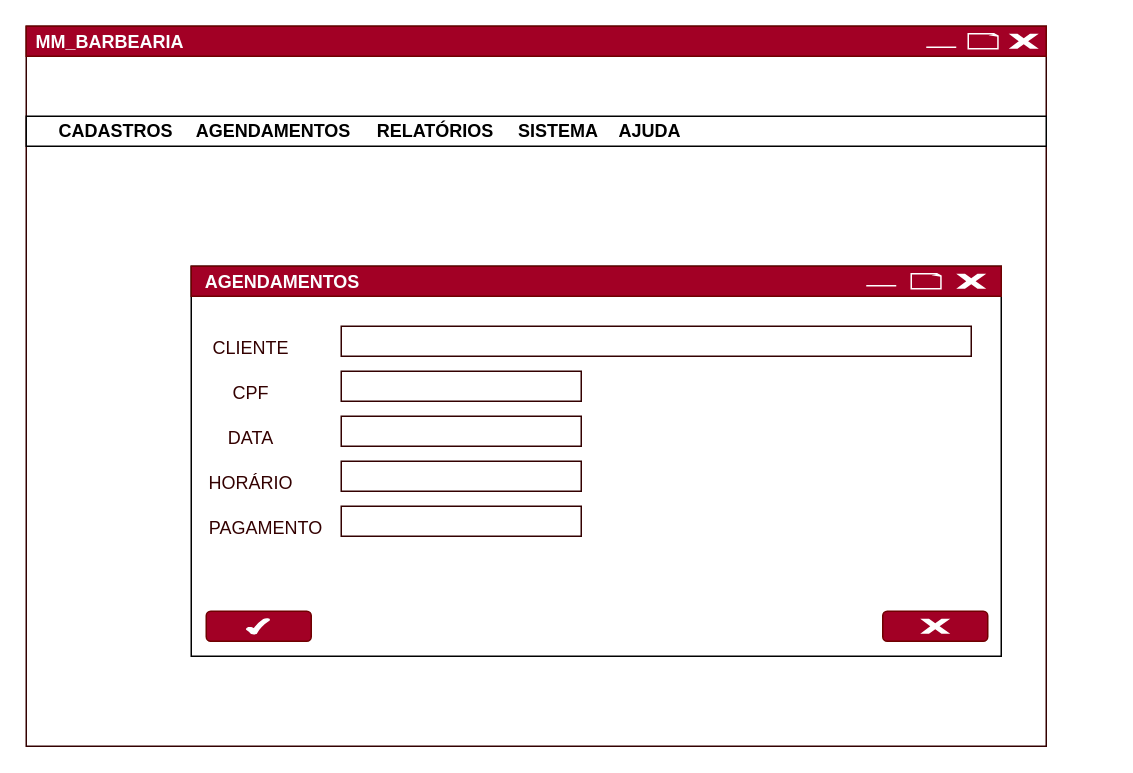
Earlier version of the draw.io diagram Projeto de Interface - Exercício AULA 5 - Engenharia de resquisitos.drawio (maiconlmotadev/Universidade_https-app.diagrams.net). Source tidied: cells renumbered, new cells numbered last; positions are measured from the earlier drawing's top-left corner, leaving out a move shared by most shapes. Both pictures are drawn from the tidied source at 150%, with x=0, y=0 at pixel (26, 26).
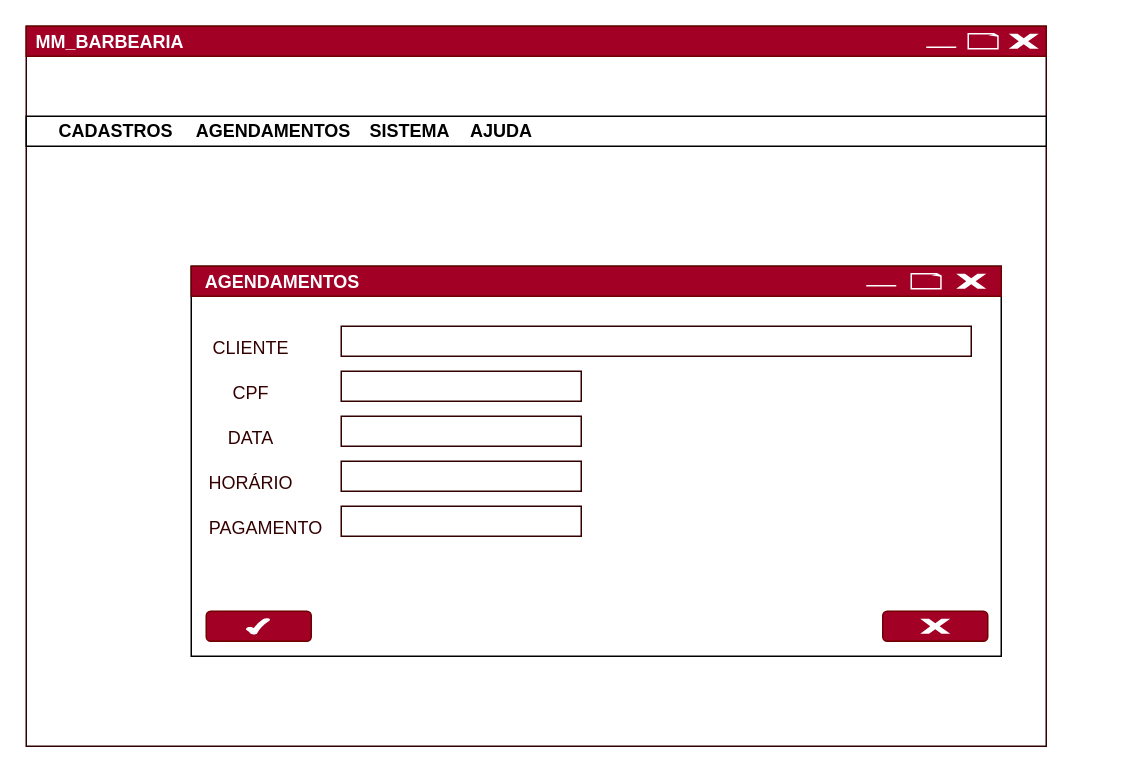
After the change.

Diff of the diagram source:
```diff
@@
-    <mxCell id="7" value="&lt;b&gt;RELATÓRIOS&lt;/b&gt;" style="text;html=1;strokeColor=none;fillColor=none;align=center;verticalAlign=middle;whiteSpace=wrap;rounded=0;glass=0;" parent="1" vertex="1">
-      <mxGeometry x="243" y="60" width="60" height="20" as="geometry" />
-    </mxCell>
     <mxCell id="8" value="&lt;b&gt;SISTEMA&lt;/b&gt;" style="text;html=1;strokeColor=none;fillColor=none;align=center;verticalAlign=middle;whiteSpace=wrap;rounded=0;glass=0;" parent="1" vertex="1">
-      <mxGeometry x="325" y="60" width="60" height="20" as="geometry" />
+      <mxGeometry x="226" y="60" width="60" height="20" as="geometry" />
     </mxCell>
@@
     <mxCell id="34" value="&lt;b&gt;AJUDA&lt;/b&gt;" style="text;html=1;strokeColor=none;fillColor=none;align=center;verticalAlign=middle;whiteSpace=wrap;rounded=0;glass=0;" parent="1" vertex="1">
-      <mxGeometry x="386" y="60" width="60" height="20" as="geometry" />
+      <mxGeometry x="287" y="60" width="60" height="20" as="geometry" />
     </mxCell>
```
